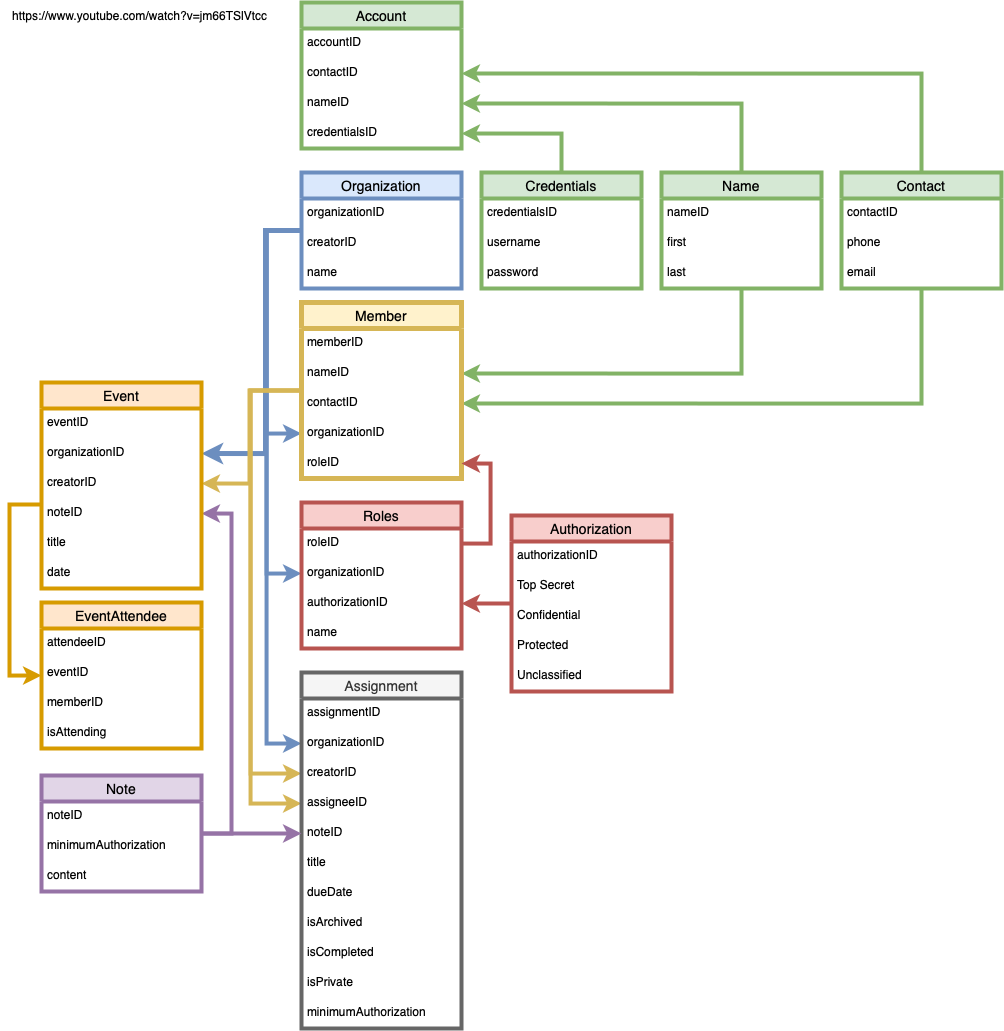
The draw.io diagram charts/Firestore DB.png in mcgaryp/Bishopric-Assistant, before a commit. Source tidied: cells renumbered, new cells last; positions are measured from the earlier drawing's top-left corner, leaving out a move shared by most shapes.
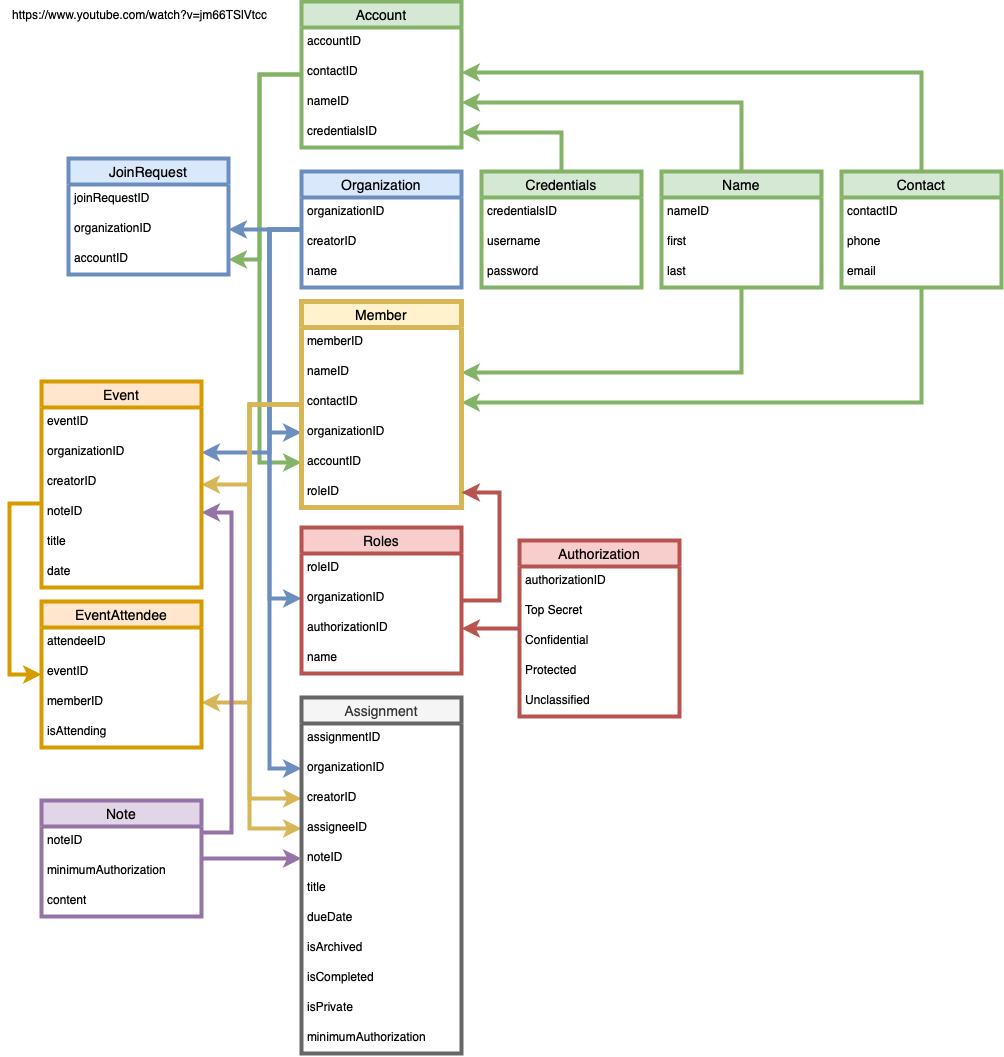
After the change.

Change to the diagram source:
```diff
@@ -2,6 +2,22 @@
   <root>
     <mxCell id="0" />
     <mxCell id="1" parent="0" />
+    <mxCell id="86" style="edgeStyle=orthogonalEdgeStyle;rounded=0;jettySize=auto;html=1;entryX=1;entryY=0.5;entryDx=0;entryDy=0;strokeColor=#82b366;strokeWidth=4;fillColor=#d5e8d4;" parent="1" edge="1" source="2" target="96">
+      <mxGeometry relative="1" as="geometry">
+        <Array as="points">
+          <mxPoint x="250" y="73" />
+          <mxPoint x="250" y="258" />
+        </Array>
+      </mxGeometry>
+    </mxCell>
+    <mxCell id="87" style="edgeStyle=orthogonalEdgeStyle;rounded=0;jettySize=auto;html=1;entryX=0;entryY=0.5;entryDx=0;entryDy=0;strokeColor=#82b366;strokeWidth=4;fillColor=#d5e8d4;" parent="1" edge="1" source="2" target="48">
+      <mxGeometry relative="1" as="geometry">
+        <Array as="points">
+          <mxPoint x="250" y="73" />
+          <mxPoint x="250" y="461" />
+        </Array>
+      </mxGeometry>
+    </mxCell>
     <mxCell id="2" value="Account" style="swimlane;fontStyle=0;horizontal=1;startSize=26;align=center;fontSize=14;fillColor=#d5e8d4;strokeColor=#82b366;strokeWidth=4;" parent="1" vertex="1">
       <mxGeometry x="292" width="160" height="146" as="geometry" />
     </mxCell>
@@ -74,32 +90,40 @@
     <mxCell id="25" style="edgeStyle=orthogonalEdgeStyle;rounded=0;jettySize=auto;html=1;entryX=0;entryY=0.5;entryDx=0;entryDy=0;fillColor=#dae8fc;strokeColor=#6c8ebf;strokeWidth=4;" parent="1" edge="1" source="29" target="57">
       <mxGeometry relative="1" as="geometry">
         <Array as="points">
-          <mxPoint x="257" y="228" />
-          <mxPoint x="257" y="741" />
+          <mxPoint x="260" y="228" />
+          <mxPoint x="260" y="767" />
         </Array>
       </mxGeometry>
     </mxCell>
+    <mxCell id="27" style="edgeStyle=orthogonalEdgeStyle;rounded=0;jettySize=auto;html=1;entryX=0;entryY=0.5;entryDx=0;entryDy=0;fillColor=#dae8fc;strokeColor=#6c8ebf;strokeWidth=4;" parent="1" edge="1" source="29" target="51">
+      <mxGeometry relative="1" as="geometry">
+        <Array as="points">
+          <mxPoint x="260" y="228" />
+          <mxPoint x="260" y="597" />
+        </Array>
+      </mxGeometry>
+    </mxCell>
+    <mxCell id="88" style="edgeStyle=orthogonalEdgeStyle;rounded=0;jettySize=auto;html=1;entryX=1;entryY=0.5;entryDx=0;entryDy=0;strokeColor=#6c8ebf;strokeWidth=4;fillColor=#dae8fc;" parent="1" edge="1" source="29" target="95">
+      <mxGeometry relative="1" as="geometry">
+        <Array as="points">
+          <mxPoint x="257" y="228" />
+          <mxPoint x="257" y="228" />
+        </Array>
+      </mxGeometry>
+    </mxCell>
-    <mxCell id="26" style="edgeStyle=orthogonalEdgeStyle;rounded=0;jettySize=auto;html=1;entryX=0;entryY=0.5;entryDx=0;entryDy=0;fillColor=#dae8fc;strokeColor=#6c8ebf;strokeWidth=4;" parent="1" edge="1" source="29" target="47">
+    <mxCell id="26" style="edgeStyle=orthogonalEdgeStyle;rounded=0;jettySize=auto;html=1;entryX=0;entryY=0.5;entryDx=0;entryDy=0;strokeColor=#6c8ebf;strokeWidth=4;fillColor=#dae8fc;" parent="1" edge="1" source="29" target="47">
       <mxGeometry relative="1" as="geometry">
         <Array as="points">
-          <mxPoint x="257" y="228" />
-          <mxPoint x="257" y="431" />
+          <mxPoint x="260" y="228" />
+          <mxPoint x="260" y="431" />
         </Array>
       </mxGeometry>
     </mxCell>
-    <mxCell id="27" style="edgeStyle=orthogonalEdgeStyle;rounded=0;jettySize=auto;html=1;entryX=0;entryY=0.5;entryDx=0;entryDy=0;fillColor=#dae8fc;strokeColor=#6c8ebf;strokeWidth=4;" parent="1" edge="1" source="29" target="51">
-      <mxGeometry relative="1" as="geometry">
-        <Array as="points">
-          <mxPoint x="257" y="228" />
-          <mxPoint x="257" y="571" />
-        </Array>
-      </mxGeometry>
-    </mxCell>
-    <mxCell id="28" style="edgeStyle=orthogonalEdgeStyle;rounded=0;jettySize=auto;html=1;entryX=1;entryY=0.5;entryDx=0;entryDy=0;fillColor=#dae8fc;strokeColor=#6c8ebf;strokeWidth=5;" parent="1" edge="1" source="29" target="76">
+    <mxCell id="28" style="edgeStyle=orthogonalEdgeStyle;rounded=0;jettySize=auto;html=1;entryX=1;entryY=0.5;entryDx=0;entryDy=0;strokeColor=#6c8ebf;strokeWidth=4;fillColor=#dae8fc;" parent="1" edge="1" source="29" target="76">
       <mxGeometry relative="1" as="geometry">
         <Array as="points">
-          <mxPoint x="256" y="228" />
-          <mxPoint x="256" y="451" />
+          <mxPoint x="260" y="228" />
+          <mxPoint x="260" y="451" />
         </Array>
       </mxGeometry>
     </mxCell>
@@ -119,7 +143,7 @@
       <mxGeometry relative="1" as="geometry" />
     </mxCell>
     <mxCell id="34" value="Authorization" style="swimlane;fontStyle=0;horizontal=1;startSize=26;align=center;fontSize=14;fillColor=#f8cecc;strokeColor=#B85450;strokeWidth=4;" parent="1" vertex="1">
-      <mxGeometry x="502" y="513" width="160" height="176" as="geometry" />
+      <mxGeometry x="510" y="539" width="160" height="176" as="geometry" />
     </mxCell>
     <mxCell id="35" value="authorizationID" style="text;strokeColor=none;fillColor=none;spacingLeft=4;spacingRight=4;overflow=hidden;fontSize=12;" parent="34" vertex="1">
       <mxGeometry y="26" width="160" height="30" as="geometry" />
@@ -139,29 +163,37 @@
     <mxCell id="40" style="edgeStyle=orthogonalEdgeStyle;rounded=0;jettySize=auto;html=1;entryX=0;entryY=0.5;entryDx=0;entryDy=0;strokeWidth=4;fillColor=#fff2cc;strokeColor=#d6b656;" parent="1" edge="1" source="43" target="58">
       <mxGeometry relative="1" as="geometry">
         <Array as="points">
-          <mxPoint x="241" y="388" />
-          <mxPoint x="241" y="771" />
+          <mxPoint x="240" y="403" />
+          <mxPoint x="240" y="797" />
         </Array>
       </mxGeometry>
     </mxCell>
     <mxCell id="41" style="edgeStyle=orthogonalEdgeStyle;rounded=0;jettySize=auto;html=1;entryX=0;entryY=0.5;entryDx=0;entryDy=0;strokeWidth=4;fillColor=#fff2cc;strokeColor=#d6b656;" parent="1" edge="1" source="43" target="59">
       <mxGeometry relative="1" as="geometry">
         <Array as="points">
-          <mxPoint x="241" y="388" />
-          <mxPoint x="241" y="801" />
+          <mxPoint x="240" y="403" />
+          <mxPoint x="240" y="827" />
         </Array>
       </mxGeometry>
     </mxCell>
-    <mxCell id="42" style="edgeStyle=orthogonalEdgeStyle;rounded=0;jettySize=auto;html=1;entryX=1;entryY=0.5;entryDx=0;entryDy=0;strokeWidth=4;fillColor=#fff2cc;strokeColor=#d6b656;" parent="1" edge="1" source="43" target="77">
-      <mxGeometry relative="1" as="geometry">
-        <Array as="points">
-          <mxPoint x="240" y="388" />
-          <mxPoint x="240" y="481" />
-        </Array>
-      </mxGeometry>
-    </mxCell>
+    <mxCell id="89" style="edgeStyle=orthogonalEdgeStyle;rounded=0;jettySize=auto;html=1;entryX=1;entryY=0.5;entryDx=0;entryDy=0;strokeColor=#d6b656;strokeWidth=4;fillColor=#fff2cc;" parent="1" edge="1" source="43" target="74">
+      <mxGeometry relative="1" as="geometry">
+        <Array as="points">
+          <mxPoint x="240" y="403" />
+          <mxPoint x="240" y="483" />
+        </Array>
+      </mxGeometry>
+    </mxCell>
+    <mxCell id="90" style="edgeStyle=orthogonalEdgeStyle;rounded=0;jettySize=auto;html=1;entryX=1;entryY=0.5;entryDx=0;entryDy=0;strokeColor=#d6b656;strokeWidth=4;fillColor=#fff2cc;" parent="1" edge="1" source="43" target="84">
+      <mxGeometry relative="1" as="geometry">
+        <Array as="points">
+          <mxPoint x="240" y="403" />
+          <mxPoint x="240" y="701" />
+        </Array>
+      </mxGeometry>
+    </mxCell>
     <mxCell id="43" value="Member" style="swimlane;fontStyle=0;horizontal=1;startSize=26;align=center;fontSize=14;fillColor=#fff2cc;strokeColor=#d6b656;strokeWidth=5;" parent="1" vertex="1">
-      <mxGeometry x="292" y="300" width="160" height="176" as="geometry" />
+      <mxGeometry x="292" y="300" width="160" height="206" as="geometry" />
     </mxCell>
     <mxCell id="44" value="memberID" style="text;strokeColor=none;fillColor=none;spacingLeft=4;spacingRight=4;overflow=hidden;fontSize=12;" parent="43" vertex="1">
       <mxGeometry y="26" width="160" height="30" as="geometry" />
@@ -175,11 +207,22 @@
     <mxCell id="47" value="organizationID" style="text;strokeColor=none;fillColor=none;spacingLeft=4;spacingRight=4;overflow=hidden;points=[[0,0.5],[1,0.5]];portConstraint=eastwest;fontSize=12;" parent="43" vertex="1">
       <mxGeometry y="116" width="160" height="30" as="geometry" />
     </mxCell>
-    <mxCell id="48" value="roleID" style="text;strokeColor=none;fillColor=none;spacingLeft=4;spacingRight=4;overflow=hidden;points=[[0,0.5],[1,0.5]];portConstraint=eastwest;fontSize=12;" parent="43" vertex="1">
+    <mxCell id="48" value="accountID" style="text;strokeColor=none;fillColor=none;spacingLeft=4;spacingRight=4;overflow=hidden;points=[[0,0.5],[1,0.5]];portConstraint=eastwest;fontSize=12;" parent="43" vertex="1">
       <mxGeometry y="146" width="160" height="30" as="geometry" />
     </mxCell>
+    <mxCell id="91" value="roleID" style="text;strokeColor=none;fillColor=none;spacingLeft=4;spacingRight=4;overflow=hidden;points=[[0,0.5],[1,0.5]];portConstraint=eastwest;fontSize=12;" parent="43" vertex="1">
+      <mxGeometry y="176" width="160" height="30" as="geometry" />
+    </mxCell>
+    <mxCell id="92" style="edgeStyle=orthogonalEdgeStyle;rounded=0;jettySize=auto;html=1;entryX=1;entryY=0.5;entryDx=0;entryDy=0;strokeColor=#B85450;strokeWidth=4;" parent="1" edge="1" source="49" target="91">
+      <mxGeometry relative="1" as="geometry">
+        <Array as="points">
+          <mxPoint x="490" y="599" />
+          <mxPoint x="490" y="491" />
+        </Array>
+      </mxGeometry>
+    </mxCell>
     <mxCell id="49" value="Roles" style="swimlane;fontStyle=0;horizontal=1;startSize=26;align=center;fontSize=14;fillColor=#f8cecc;strokeColor=#B85450;strokeWidth=4;" parent="1" vertex="1">
-      <mxGeometry x="292" y="500" width="160" height="146" as="geometry" />
+      <mxGeometry x="292" y="526" width="160" height="146" as="geometry" />
     </mxCell>
     <mxCell id="50" value="roleID" style="text;strokeColor=none;fillColor=none;spacingLeft=4;spacingRight=4;overflow=hidden;points=[[0,0.5],[1,0.5]];portConstraint=eastwest;fontSize=12;" parent="49" vertex="1">
       <mxGeometry y="26" width="160" height="30" as="geometry" />
@@ -193,16 +236,8 @@
     <mxCell id="53" value="name" style="text;strokeColor=none;fillColor=none;spacingLeft=4;spacingRight=4;overflow=hidden;fontSize=12;" parent="49" vertex="1">
       <mxGeometry y="116" width="160" height="30" as="geometry" />
     </mxCell>
-    <mxCell id="54" style="edgeStyle=orthogonalEdgeStyle;rounded=0;jettySize=auto;html=1;entryX=1;entryY=0.5;entryDx=0;entryDy=0;strokeWidth=4;strokeColor=#B85450;" parent="1" edge="1" source="50" target="48">
-      <mxGeometry relative="1" as="geometry">
-        <Array as="points">
-          <mxPoint x="481" y="541" />
-          <mxPoint x="481" y="461" />
-        </Array>
-      </mxGeometry>
-    </mxCell>
     <mxCell id="55" value="Assignment" style="swimlane;fontStyle=0;horizontal=1;startSize=26;align=center;fontSize=14;fillColor=#f5f5f5;fontColor=#333333;strokeColor=#666666;strokeWidth=4;" parent="1" vertex="1">
-      <mxGeometry x="292" y="670" width="160" height="356" as="geometry" />
+      <mxGeometry x="292" y="696" width="160" height="356" as="geometry" />
     </mxCell>
     <mxCell id="56" value="assignmentID" style="text;strokeColor=none;fillColor=none;spacingLeft=4;spacingRight=4;overflow=hidden;fontSize=12;" parent="55" vertex="1">
       <mxGeometry y="26" width="160" height="30" as="geometry" />
@@ -249,7 +284,7 @@
       </mxGeometry>
     </mxCell>
     <mxCell id="69" value="Note" style="swimlane;fontStyle=0;horizontal=1;startSize=26;align=center;fontSize=14;fillColor=#e1d5e7;strokeColor=#9673a6;strokeWidth=4;" parent="1" vertex="1">
-      <mxGeometry x="32" y="773" width="160" height="116" as="geometry" />
+      <mxGeometry x="32" y="799" width="160" height="116" as="geometry" />
     </mxCell>
     <mxCell id="70" value="noteID" style="text;strokeColor=none;fillColor=none;spacingLeft=4;spacingRight=4;overflow=hidden;fontSize=12;" parent="69" vertex="1">
       <mxGeometry y="26" width="160" height="30" as="geometry" />
@@ -304,5 +339,17 @@
     <mxCell id="85" value="isAttending" style="text;strokeColor=none;fillColor=none;spacingLeft=4;spacingRight=4;overflow=hidden;fontSize=12;" parent="81" vertex="1">
       <mxGeometry y="116" width="160" height="30" as="geometry" />
     </mxCell>
+    <mxCell id="93" value="JoinRequest" style="swimlane;fontStyle=0;horizontal=1;startSize=26;align=center;fontSize=14;fillColor=#dae8fc;strokeColor=#6c8ebf;strokeWidth=4;" parent="1" vertex="1">
+      <mxGeometry x="59" y="157" width="160" height="116" as="geometry" />
+    </mxCell>
+    <mxCell id="94" value="joinRequestID" style="text;strokeColor=none;fillColor=none;spacingLeft=4;spacingRight=4;overflow=hidden;fontSize=12;" parent="93" vertex="1">
+      <mxGeometry y="26" width="160" height="30" as="geometry" />
+    </mxCell>
+    <mxCell id="95" value="organizationID" style="text;strokeColor=none;fillColor=none;spacingLeft=4;spacingRight=4;overflow=hidden;points=[[0,0.5],[1,0.5]];portConstraint=eastwest;fontSize=12;" parent="93" vertex="1">
+      <mxGeometry y="56" width="160" height="30" as="geometry" />
+    </mxCell>
+    <mxCell id="96" value="accountID" style="text;strokeColor=none;fillColor=none;spacingLeft=4;spacingRight=4;overflow=hidden;points=[[0,0.5],[1,0.5]];portConstraint=eastwest;fontSize=12;" parent="93" vertex="1">
+      <mxGeometry y="86" width="160" height="30" as="geometry" />
+    </mxCell>
   </root>
 </mxGraphModel>
```
